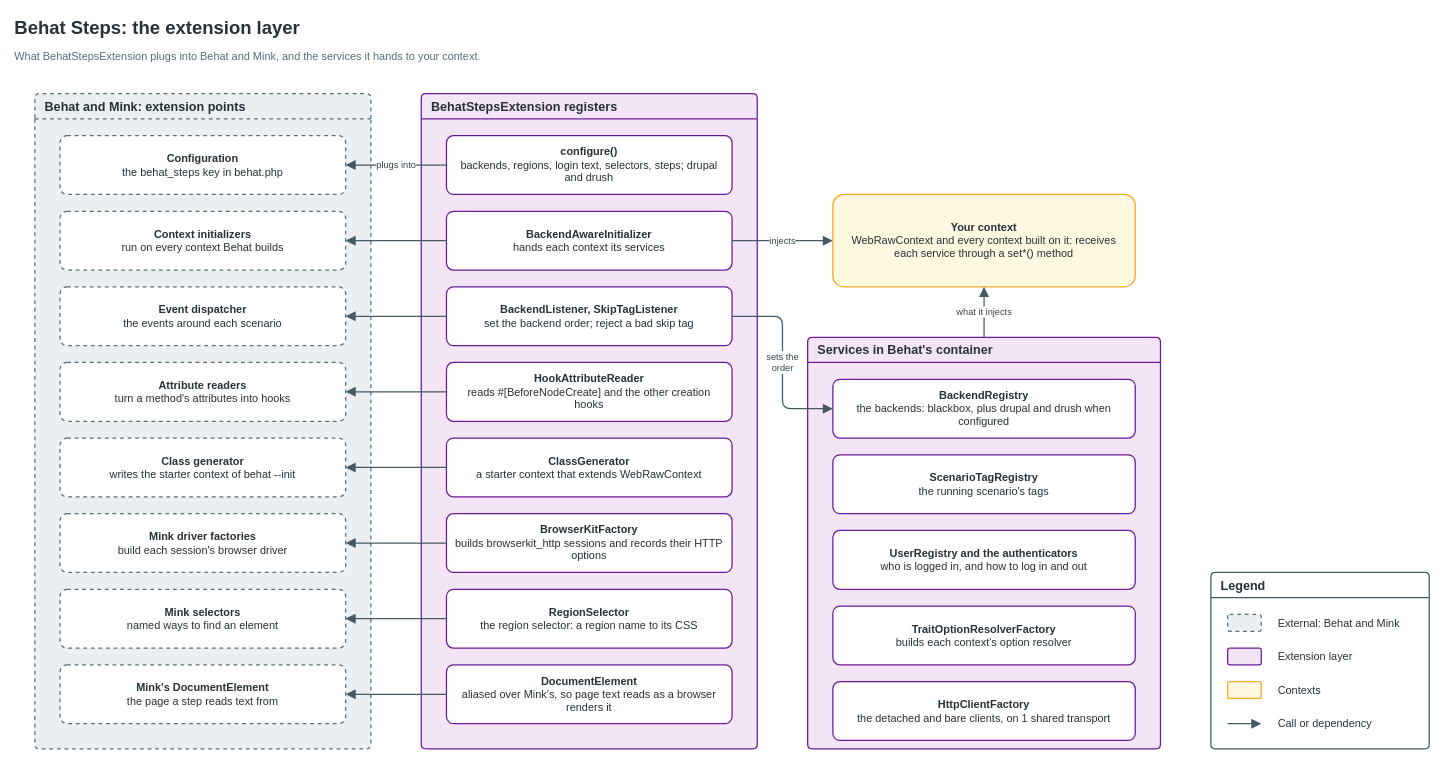
Earlier version of the draw.io diagram docs/content/architecture/extension-layer.drawio (drevops/behat-steps). Source tidied: cells renumbered, new cells numbered last; positions are measured from the earlier drawing's top-left corner, leaving out a move shared by most shapes. Both pictures are drawn from the tidied source at 84%, with x=0, y=0 at pixel (14, 14).
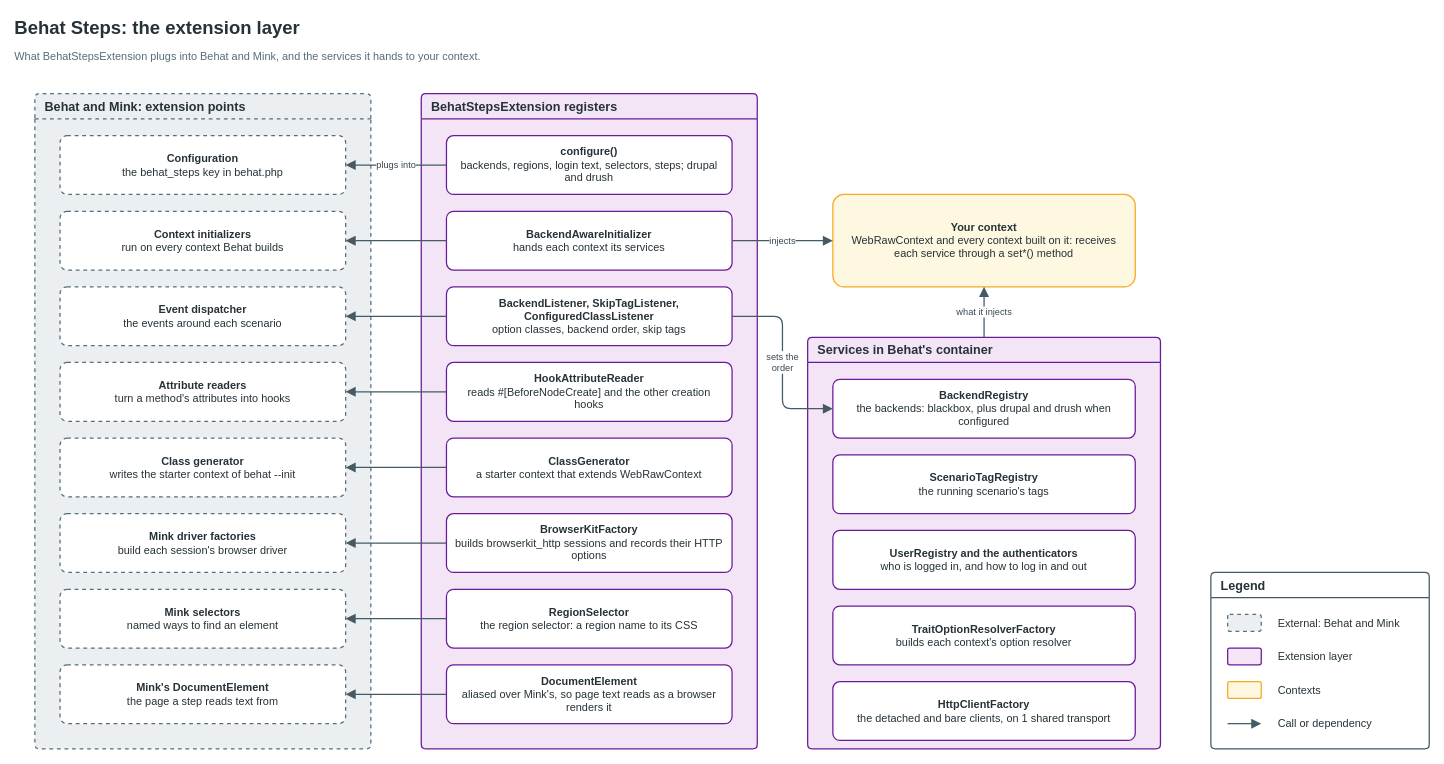
The same page after the edit.

Commit message (it also covers changes not shown here):
[#1108] Added 'ConfiguredClassListener' to the architecture pages and diagrams.

Unchanged cells that the change refers to:
```xml
<mxCell id="13" value="BehatStepsExtension registers" style="swimlane;startSize=30;rounded=1;arcSize=6;html=1;whiteSpace=wrap;fontFamily=Helvetica;fontSize=15;fontStyle=1;fontColor=#263238;align=left;spacingLeft=10;fillColor=#F3E5F5;swimlaneFillColor=#F3E5F5;strokeColor=#6A1B9A;strokeWidth=1.5;" parent="1" vertex="1">
  <mxGeometry x="484" y="94" width="400" height="780" as="geometry" />
</mxCell>
```

The edit, as a diff of the source:
```diff
@@
-    <mxCell id="16" value="&lt;b&gt;BackendListener, SkipTagListener&lt;/b&gt;&lt;br&gt;set the backend order; reject a bad skip tag" style="rounded=1;arcSize=12;whiteSpace=wrap;html=1;strokeWidth=1.5;fontFamily=Helvetica;fontSize=13;fontColor=#263238;spacing=8;fillColor=#FFFFFF;strokeColor=#6A1B9A;" parent="13" vertex="1">
+    <mxCell id="16" value="&lt;b&gt;BackendListener, SkipTagListener,&lt;br&gt;ConfiguredClassListener&lt;/b&gt;&lt;br&gt;option classes, backend order, skip tags" style="rounded=1;arcSize=12;whiteSpace=wrap;html=1;strokeWidth=1.5;fontFamily=Helvetica;fontSize=13;fontColor=#263238;spacing=8;fillColor=#FFFFFF;strokeColor=#6A1B9A;" parent="13" vertex="1">
       <mxGeometry x="30" y="230" width="340" height="70" as="geometry" />
     </mxCell>
```
